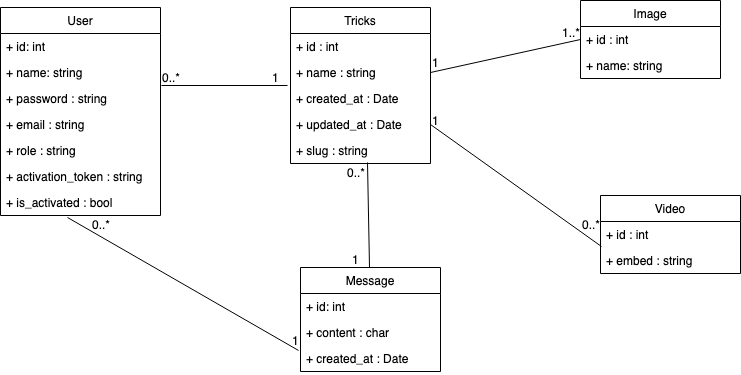
thomas75019/snowtricks keeps this draw.io diagram as Diagrammes/class_diagram.png. Above is the earlier version. Source tidied: cells renumbered, new cells last; positions are measured from the earlier drawing's top-left corner, leaving out a move shared by most shapes.
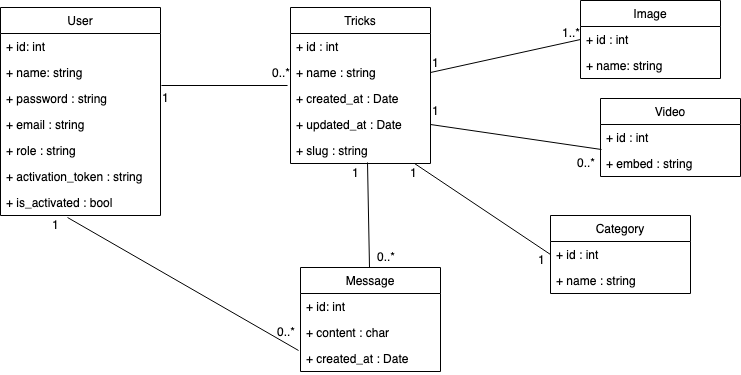
Above is the later version.

What changed in the source:
```diff
@@ -66,7 +66,7 @@
       <mxGeometry y="130" width="140" height="26" as="geometry" />
     </mxCell>
     <mxCell id="23" value="Video" style="swimlane;fontStyle=0;horizontal=1;startSize=26;fillColor=none;" parent="1" vertex="1">
-      <mxGeometry x="600" y="195" width="140" height="78" as="geometry" />
+      <mxGeometry x="600" y="98" width="140" height="78" as="geometry" />
     </mxCell>
     <mxCell id="24" value="+ id : int" style="text;strokeColor=none;fillColor=none;align=left;verticalAlign=top;spacingLeft=4;spacingRight=4;overflow=hidden;" parent="23" vertex="1">
       <mxGeometry y="26" width="140" height="26" as="geometry" />
@@ -78,28 +78,28 @@
       <mxGeometry relative="1" as="geometry" />
     </mxCell>
     <mxCell id="27" value="1" style="text;html=1;align=left;verticalAlign=top;spacingTop=-4;" parent="1" vertex="1">
-      <mxGeometry x="270" y="68" width="20" height="20" as="geometry" />
+      <mxGeometry x="160" y="88" width="20" height="20" as="geometry" />
     </mxCell>
     <mxCell id="28" value="0..*" style="text;html=1;align=left;verticalAlign=top;spacingTop=-4;" parent="1" vertex="1">
-      <mxGeometry x="160" y="68" width="30" height="20" as="geometry" />
+      <mxGeometry x="270" y="63" width="30" height="20" as="geometry" />
     </mxCell>
     <mxCell id="29" style="endArrow=none;html=1;entryX=-0.014;entryY=0.192;entryDx=0;entryDy=0;entryPerimeter=0;exitX=0.419;exitY=1.077;exitDx=0;exitDy=0;exitPerimeter=0;" parent="1" edge="1" source="9" target="16">
       <mxGeometry relative="1" as="geometry" />
     </mxCell>
     <mxCell id="30" value="0..*" style="text;html=1;align=left;verticalAlign=top;spacingTop=-4;" parent="1" vertex="1">
-      <mxGeometry x="90" y="215" width="30" height="20" as="geometry" />
+      <mxGeometry x="275" y="322" width="30" height="20" as="geometry" />
     </mxCell>
     <mxCell id="31" value="1" style="text;html=1;align=left;verticalAlign=top;spacingTop=-4;" parent="1" vertex="1">
-      <mxGeometry x="290" y="331" width="20" height="20" as="geometry" />
+      <mxGeometry x="50" y="215" width="20" height="20" as="geometry" />
     </mxCell>
     <mxCell id="32" style="endArrow=none;html=1;entryX=0.55;entryY=0.962;entryDx=0;entryDy=0;entryPerimeter=0;" parent="1" edge="1" source="13" target="22">
       <mxGeometry relative="1" as="geometry" />
     </mxCell>
     <mxCell id="33" value="0..*" style="text;html=1;align=left;verticalAlign=top;spacingTop=-4;" parent="1" vertex="1">
-      <mxGeometry x="345" y="163" width="30" height="20" as="geometry" />
+      <mxGeometry x="375" y="247" width="30" height="20" as="geometry" />
     </mxCell>
     <mxCell id="34" value="1" style="text;html=1;align=left;verticalAlign=top;spacingTop=-4;" parent="1" vertex="1">
-      <mxGeometry x="350" y="250" width="20" height="20" as="geometry" />
+      <mxGeometry x="350" y="163" width="20" height="20" as="geometry" />
     </mxCell>
     <mxCell id="35" style="endArrow=none;html=1;entryX=0;entryY=0.5;entryDx=0;entryDy=0;exitX=1;exitY=0.5;exitDx=0;exitDy=0;" parent="1" edge="1" source="19" target="11">
       <mxGeometry relative="1" as="geometry" />
@@ -114,10 +114,28 @@
       <mxGeometry relative="1" as="geometry" />
     </mxCell>
     <mxCell id="39" value="0..*" style="text;html=1;align=left;verticalAlign=top;spacingTop=-4;" parent="1" vertex="1">
-      <mxGeometry x="580" y="215" width="30" height="20" as="geometry" />
+      <mxGeometry x="575" y="153" width="30" height="20" as="geometry" />
     </mxCell>
     <mxCell id="40" value="1" style="text;html=1;align=left;verticalAlign=top;spacingTop=-4;" parent="1" vertex="1">
-      <mxGeometry x="430" y="111" width="20" height="20" as="geometry" />
+      <mxGeometry x="430" y="101" width="20" height="20" as="geometry" />
     </mxCell>
+    <mxCell id="41" value="Category" style="swimlane;fontStyle=0;horizontal=1;startSize=26;fillColor=none;" parent="1" vertex="1">
+      <mxGeometry x="550" y="215" width="140" height="78" as="geometry" />
+    </mxCell>
+    <mxCell id="42" value="+ id : int" style="text;strokeColor=none;fillColor=none;align=left;verticalAlign=top;spacingLeft=4;spacingRight=4;overflow=hidden;points=[[0,0.5],[1,0.5]];portConstraint=eastwest;" parent="41" vertex="1">
+      <mxGeometry y="26" width="140" height="26" as="geometry" />
+    </mxCell>
+    <mxCell id="43" value="+ name : string" style="text;strokeColor=none;fillColor=none;align=left;verticalAlign=top;spacingLeft=4;spacingRight=4;overflow=hidden;" parent="41" vertex="1">
+      <mxGeometry y="52" width="140" height="26" as="geometry" />
+    </mxCell>
+    <mxCell id="44" style="endArrow=none;html=1;exitX=0.886;exitY=1;exitDx=0;exitDy=0;entryX=0;entryY=0.5;entryDx=0;entryDy=0;exitPerimeter=0;" parent="1" edge="1" source="22" target="42">
+      <mxGeometry relative="1" as="geometry" />
+    </mxCell>
+    <mxCell id="45" value="1" style="text;html=1;align=left;verticalAlign=top;spacingTop=-4;" parent="1" vertex="1">
+      <mxGeometry x="536" y="250" width="20" height="20" as="geometry" />
+    </mxCell>
+    <mxCell id="46" value="1" style="text;html=1;align=left;verticalAlign=top;spacingTop=-4;" parent="1" vertex="1">
+      <mxGeometry x="408" y="163" width="20" height="20" as="geometry" />
+    </mxCell>
   </root>
 </mxGraphModel>
```
